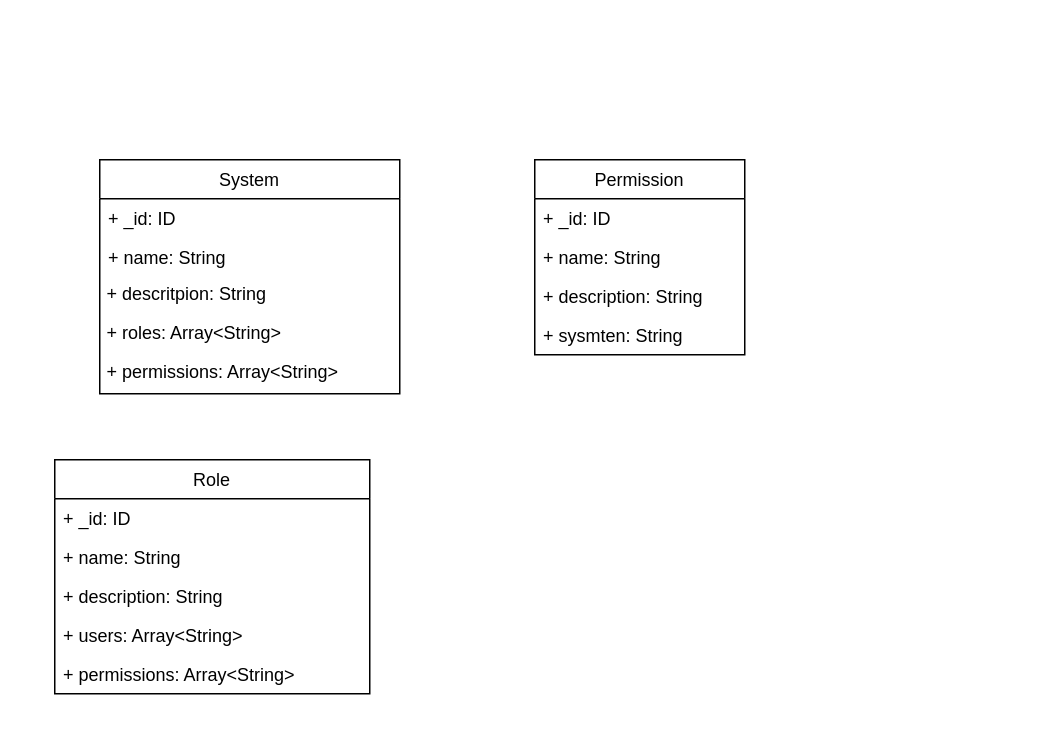
Before: page "权限系统类图" (3 of 3) of xml/Untitled Diagram.drawio in rcupid/firewood, a draw.io diagram. Source tidied: cells renumbered, new cells numbered last; positions are measured from the earlier drawing's top-left corner, leaving out a move shared by most shapes. Both pictures are drawn from the tidied source at 150%, with x=0, y=0 at pixel (54, 159).
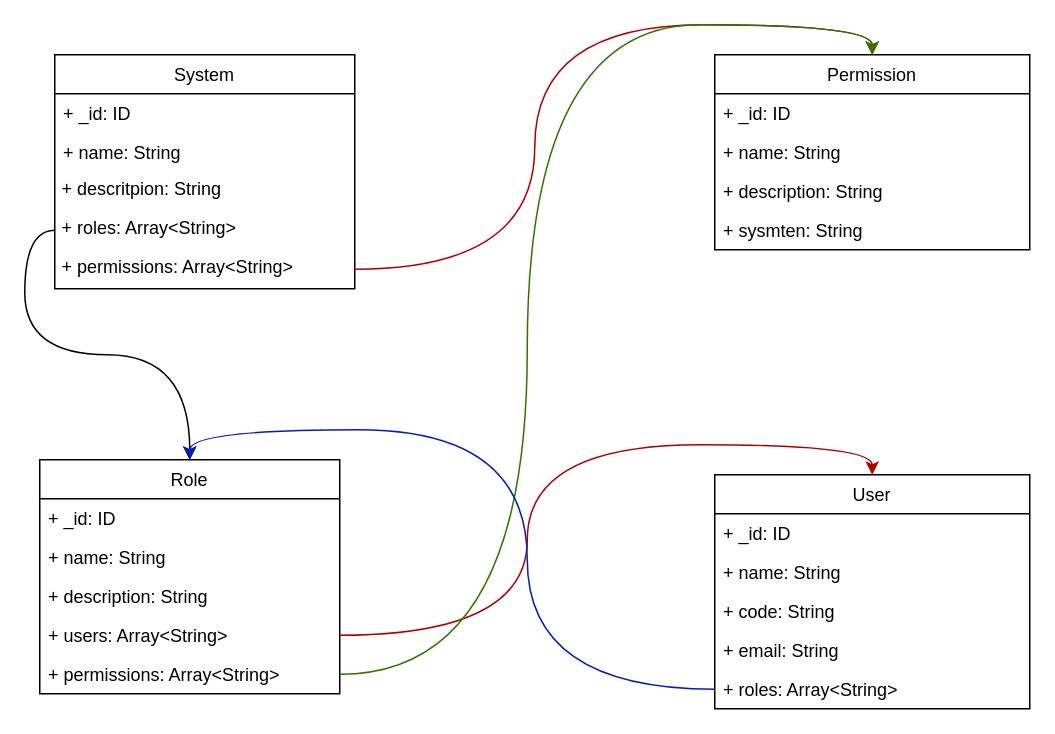
After the change.

The change refers to these unchanged cells:
```xml
<mxCell id="6" value="+ roles: Array&lt;String&gt;" style="text;strokeColor=none;fillColor=none;align=left;verticalAlign=top;spacingLeft=5;spacingRight=4;overflow=hidden;points=[[0,0.5],[1,0.5]];portConstraint=eastwest;spacing=0;" parent="2" vertex="1">
  <mxGeometry y="104" width="200" height="26" as="geometry" />
</mxCell>
<mxCell id="7" value="+ permissions: Array&lt;String&gt;&#10;" style="text;strokeColor=none;fillColor=none;align=left;verticalAlign=top;spacingLeft=5;spacingRight=4;overflow=hidden;points=[[0,0.5],[1,0.5]];portConstraint=eastwest;spacing=0;" parent="2" vertex="1">
  <mxGeometry y="130" width="200" height="26" as="geometry" />
</mxCell>
```

Diff of the diagram source:
```diff
@@
     <mxCell id="2" value="System" style="swimlane;fontStyle=0;horizontal=1;startSize=26;fillColor=none;labelBorderColor=none;" parent="1" vertex="1">
-      <mxGeometry x="30" width="200" height="156" as="geometry" />
+      <mxGeometry y="-70" width="200" height="156" as="geometry" />
     </mxCell>
@@
-    <mxCell id="8" value="Permission" style="swimlane;fontStyle=0;horizontal=1;startSize=26;fillColor=none;" parent="1" vertex="1">
-      <mxGeometry x="320" width="140" height="130" as="geometry" />
-    </mxCell>
-    <mxCell id="9" value="+ _id: ID" style="text;strokeColor=none;fillColor=none;align=left;verticalAlign=top;spacingLeft=4;spacingRight=4;overflow=hidden;" parent="8" vertex="1">
-      <mxGeometry y="26" width="140" height="26" as="geometry" />
-    </mxCell>
-    <mxCell id="10" value="+ name: String" style="text;strokeColor=none;fillColor=none;align=left;verticalAlign=top;spacingLeft=4;spacingRight=4;overflow=hidden;" parent="8" vertex="1">
-      <mxGeometry y="52" width="140" height="26" as="geometry" />
-    </mxCell>
-    <mxCell id="11" value="+ description: String" style="text;strokeColor=none;fillColor=none;align=left;verticalAlign=top;spacingLeft=4;spacingRight=4;overflow=hidden;" parent="8" vertex="1">
-      <mxGeometry y="78" width="140" height="26" as="geometry" />
-    </mxCell>
-    <mxCell id="12" value="+ sysmten: String" style="text;strokeColor=none;fillColor=none;align=left;verticalAlign=top;spacingLeft=4;spacingRight=4;overflow=hidden;" parent="8" vertex="1">
-      <mxGeometry y="104" width="140" height="26" as="geometry" />
-    </mxCell>
     <mxCell id="13" value="Role" style="swimlane;fontStyle=0;horizontal=1;startSize=26;fillColor=none;" parent="1" vertex="1">
-      <mxGeometry y="200" width="210" height="156" as="geometry" />
+      <mxGeometry x="-10" y="200" width="200" height="156" as="geometry" />
     </mxCell>
     <mxCell id="14" value="+ _id: ID" style="text;strokeColor=none;fillColor=none;align=left;verticalAlign=top;spacingLeft=4;spacingRight=4;overflow=hidden;" parent="13" vertex="1">
-      <mxGeometry y="26" width="210" height="26" as="geometry" />
+      <mxGeometry y="26" width="200" height="26" as="geometry" />
     </mxCell>
     <mxCell id="15" value="+ name: String" style="text;strokeColor=none;fillColor=none;align=left;verticalAlign=top;spacingLeft=4;spacingRight=4;overflow=hidden;" parent="13" vertex="1">
-      <mxGeometry y="52" width="210" height="26" as="geometry" />
+      <mxGeometry y="52" width="200" height="26" as="geometry" />
     </mxCell>
     <mxCell id="16" value="+ description: String" style="text;strokeColor=none;fillColor=none;align=left;verticalAlign=top;spacingLeft=4;spacingRight=4;overflow=hidden;" parent="13" vertex="1">
-      <mxGeometry y="78" width="210" height="26" as="geometry" />
+      <mxGeometry y="78" width="200" height="26" as="geometry" />
     </mxCell>
     <mxCell id="17" value="+ users: Array&lt;String&gt;" style="text;strokeColor=none;fillColor=none;align=left;verticalAlign=top;spacingLeft=4;spacingRight=4;overflow=hidden;points=[[0,0.5],[1,0.5]];portConstraint=eastwest;" parent="13" vertex="1">
-      <mxGeometry y="104" width="210" height="26" as="geometry" />
+      <mxGeometry y="104" width="200" height="26" as="geometry" />
     </mxCell>
     <mxCell id="18" value="+ permissions: Array&lt;String&gt;" style="text;strokeColor=none;fillColor=none;align=left;verticalAlign=top;spacingLeft=4;spacingRight=4;overflow=hidden;points=[[0,0.5],[1,0.5]];portConstraint=eastwest;" parent="13" vertex="1">
-      <mxGeometry y="130" width="210" height="26" as="geometry" />
+      <mxGeometry y="130" width="200" height="26" as="geometry" />
     </mxCell>
+    <mxCell id="19" value="User" style="swimlane;fontStyle=0;horizontal=1;startSize=26;fillColor=none;" parent="1" vertex="1">
+      <mxGeometry x="440" y="210" width="210" height="156" as="geometry" />
+    </mxCell>
+    <mxCell id="20" value="+ _id: ID" style="text;strokeColor=none;fillColor=none;align=left;verticalAlign=top;spacingLeft=4;spacingRight=4;overflow=hidden;" parent="19" vertex="1">
+      <mxGeometry y="26" width="210" height="26" as="geometry" />
+    </mxCell>
+    <mxCell id="21" value="+ name: String" style="text;strokeColor=none;fillColor=none;align=left;verticalAlign=top;spacingLeft=4;spacingRight=4;overflow=hidden;" parent="19" vertex="1">
+      <mxGeometry y="52" width="210" height="26" as="geometry" />
+    </mxCell>
+    <mxCell id="22" value="+ code: String" style="text;strokeColor=none;fillColor=none;align=left;verticalAlign=top;spacingLeft=4;spacingRight=4;overflow=hidden;" parent="19" vertex="1">
+      <mxGeometry y="78" width="210" height="26" as="geometry" />
+    </mxCell>
+    <mxCell id="23" value="+ email: String" style="text;strokeColor=none;fillColor=none;align=left;verticalAlign=top;spacingLeft=4;spacingRight=4;overflow=hidden;" parent="19" vertex="1">
+      <mxGeometry y="104" width="210" height="26" as="geometry" />
+    </mxCell>
+    <mxCell id="24" value="+ roles: Array&lt;String&gt;" style="text;strokeColor=none;fillColor=none;align=left;verticalAlign=top;spacingLeft=4;spacingRight=4;overflow=hidden;points=[[0,0.5],[1,0.5]];portConstraint=eastwest;" parent="19" vertex="1">
+      <mxGeometry y="130" width="210" height="26" as="geometry" />
+    </mxCell>
+    <mxCell id="25" style="edgeStyle=orthogonalEdgeStyle;rounded=0;jettySize=auto;html=1;curved=1;" parent="1" edge="1" source="6" target="13">
+      <mxGeometry relative="1" as="geometry" />
+    </mxCell>
+    <mxCell id="26" style="edgeStyle=orthogonalEdgeStyle;rounded=0;jettySize=auto;html=1;entryX=0.5;entryY=0;entryDx=0;entryDy=0;curved=1;fillColor=#e51400;strokeColor=#B20000;" parent="1" edge="1" source="7" target="8">
+      <mxGeometry relative="1" as="geometry" />
+    </mxCell>
+    <mxCell id="27" style="edgeStyle=orthogonalEdgeStyle;rounded=0;jettySize=auto;html=1;entryX=0.5;entryY=0;entryDx=0;entryDy=0;curved=1;fillColor=#e51400;strokeColor=#B20000;" parent="1" edge="1" source="17" target="19">
+      <mxGeometry relative="1" as="geometry" />
+    </mxCell>
+    <mxCell id="28" style="edgeStyle=orthogonalEdgeStyle;rounded=0;jettySize=auto;html=1;entryX=0.5;entryY=0;entryDx=0;entryDy=0;curved=1;fillColor=#60a917;strokeColor=#2D7600;" parent="1" edge="1" source="18" target="8">
+      <mxGeometry relative="1" as="geometry" />
+    </mxCell>
+    <mxCell id="8" value="Permission" style="swimlane;fontStyle=0;horizontal=1;startSize=26;fillColor=none;" parent="1" vertex="1">
+      <mxGeometry x="440" y="-70" width="210" height="130" as="geometry" />
+    </mxCell>
+    <mxCell id="9" value="+ _id: ID" style="text;strokeColor=none;fillColor=none;align=left;verticalAlign=top;spacingLeft=4;spacingRight=4;overflow=hidden;" parent="8" vertex="1">
+      <mxGeometry y="26" width="210" height="26" as="geometry" />
+    </mxCell>
+    <mxCell id="10" value="+ name: String" style="text;strokeColor=none;fillColor=none;align=left;verticalAlign=top;spacingLeft=4;spacingRight=4;overflow=hidden;" parent="8" vertex="1">
+      <mxGeometry y="52" width="210" height="26" as="geometry" />
+    </mxCell>
+    <mxCell id="11" value="+ description: String" style="text;strokeColor=none;fillColor=none;align=left;verticalAlign=top;spacingLeft=4;spacingRight=4;overflow=hidden;" parent="8" vertex="1">
+      <mxGeometry y="78" width="210" height="26" as="geometry" />
+    </mxCell>
+    <mxCell id="12" value="+ sysmten: String" style="text;strokeColor=none;fillColor=none;align=left;verticalAlign=top;spacingLeft=4;spacingRight=4;overflow=hidden;" parent="8" vertex="1">
+      <mxGeometry y="104" width="210" height="26" as="geometry" />
+    </mxCell>
+    <mxCell id="29" style="edgeStyle=orthogonalEdgeStyle;curved=1;rounded=0;jettySize=auto;html=1;entryX=0.5;entryY=0;entryDx=0;entryDy=0;fillColor=#0050ef;strokeColor=#001DBC;" parent="1" edge="1" source="24" target="13">
+      <mxGeometry relative="1" as="geometry" />
+    </mxCell>
```
